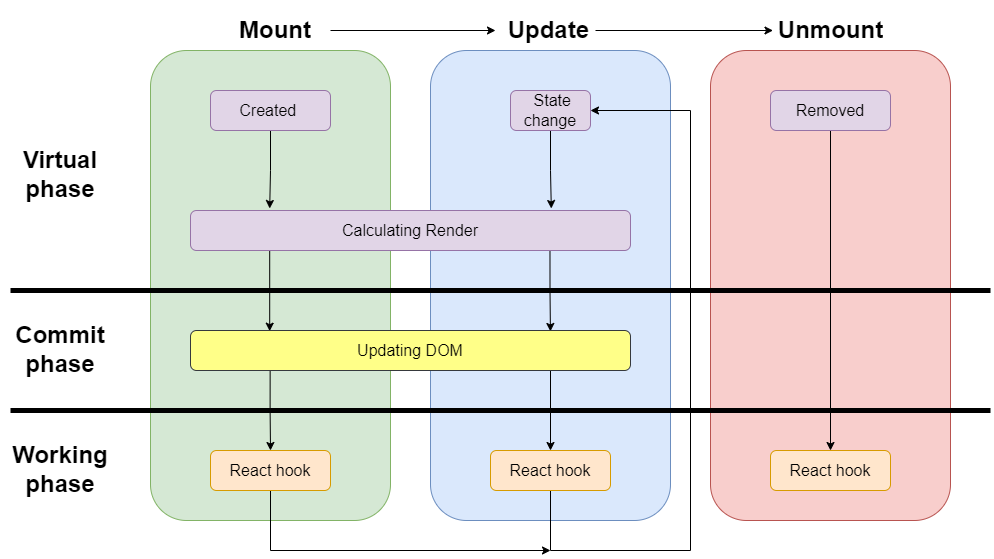
nick3point5/mern-stack-course keeps this draw.io diagram as assets/images/React/Lifecycle.png. Above is the earlier version. Source tidied: cells renumbered, new cells last; positions are measured from the earlier drawing's top-left corner, leaving out a move shared by most shapes.
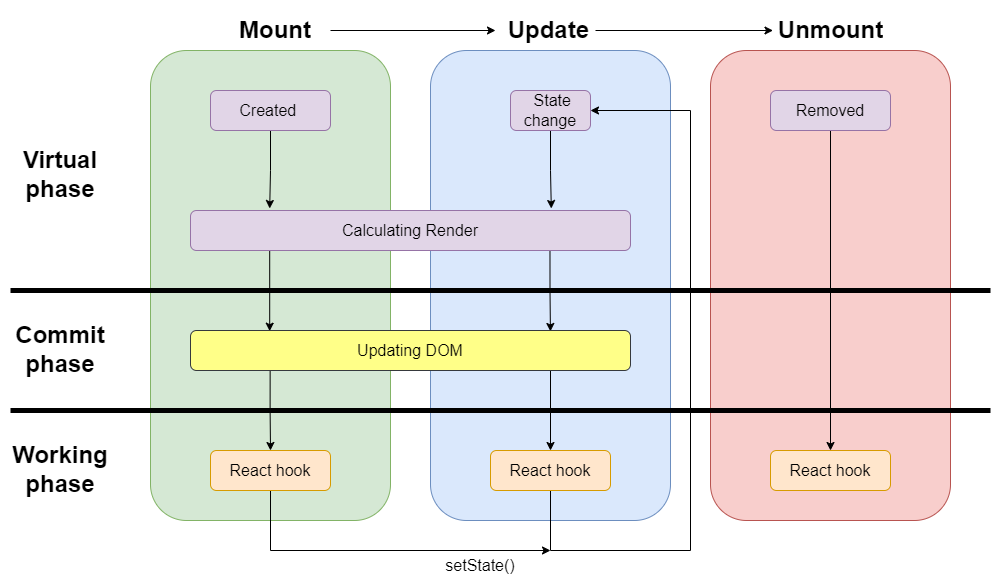
The same diagram one commit later.

Diff of the diagram source:
```diff
@@ -111,5 +111,8 @@
     <mxCell id="31" value="&lt;h1&gt;Commit phase&lt;/h1&gt;" style="text;html=1;strokeColor=none;fillColor=none;spacing=5;spacingTop=-20;whiteSpace=wrap;overflow=hidden;rounded=0;align=center;" parent="1" vertex="1">
       <mxGeometry y="305" width="120" height="70" as="geometry" />
     </mxCell>
+    <mxCell id="32" value="setState()" style="text;html=1;strokeColor=none;fillColor=none;align=center;verticalAlign=middle;whiteSpace=wrap;rounded=0;fillStyle=auto;fontSize=16;" parent="1" vertex="1">
+      <mxGeometry x="440" y="540" width="80" height="30" as="geometry" />
+    </mxCell>
   </root>
 </mxGraphModel>
```
